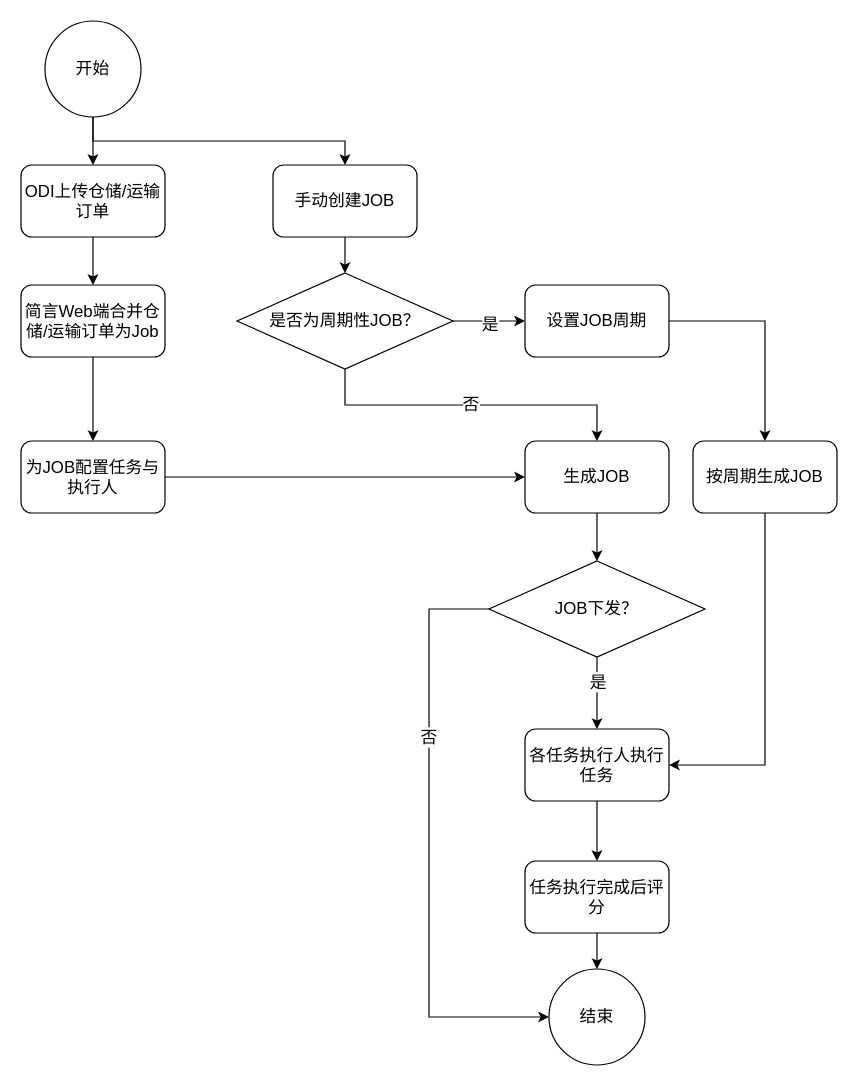
The draw.io diagram 简言业务流程图.drawio in FrankKirin/PM_works, before the edit. Source tidied: cells renumbered, new cells numbered last; positions are measured from the earlier drawing's top-left corner, leaving out a move shared by most shapes. Both pictures are drawn from the tidied source at 120%, with x=0, y=0 at pixel (20, 20).
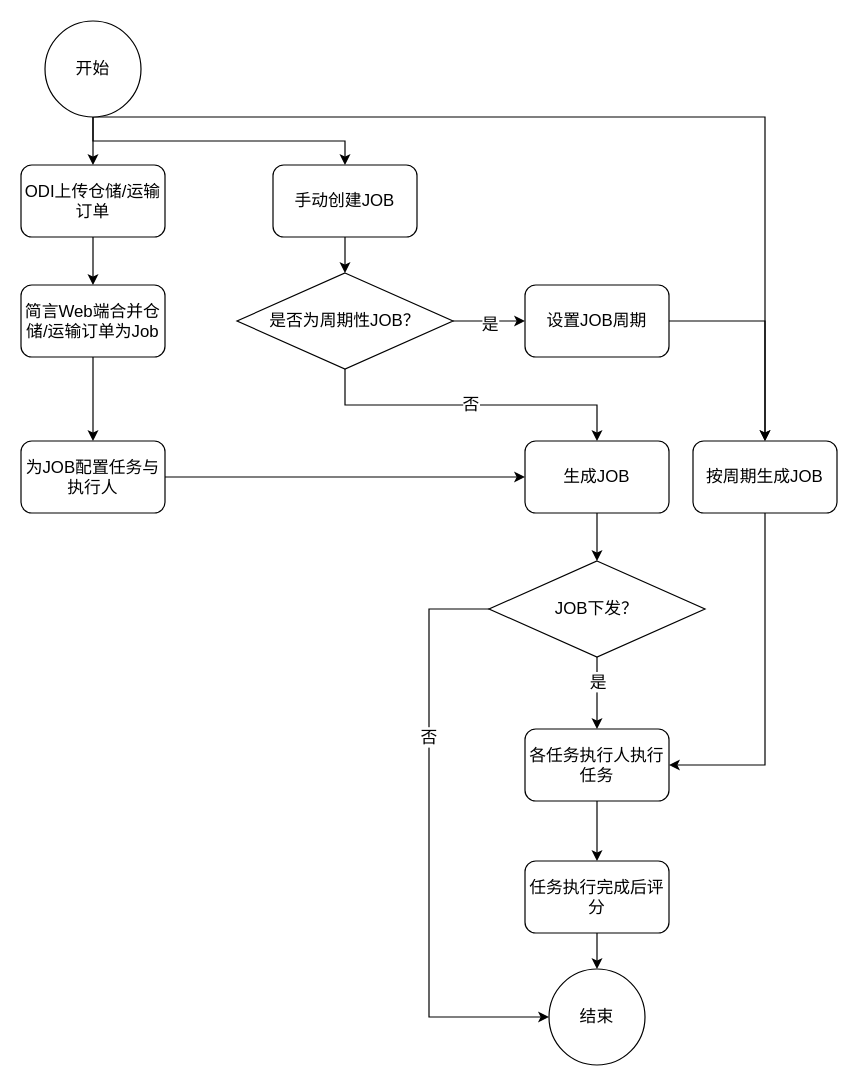
The same diagram, later.

Commit message:
Update 简言业务流程图.drawio

Unchanged cells that the change refers to:
```xml
<mxCell id="4" value="开始" style="ellipse;whiteSpace=wrap;html=1;fontSize=14;" parent="1" vertex="1">
  <mxGeometry x="20" width="80" height="80" as="geometry" />
</mxCell>
<mxCell id="32" value="按周期生成JOB" style="rounded=1;whiteSpace=wrap;html=1;fontSize=14;" parent="1" vertex="1">
  <mxGeometry x="560" y="350" width="120" height="60" as="geometry" />
</mxCell>
```

Change to the diagram source:
```diff
@@
+    <mxCell id="33" style="edgeStyle=orthogonalEdgeStyle;rounded=0;jettySize=auto;html=1;exitX=0.5;exitY=1;exitDx=0;exitDy=0;entryX=0.5;entryY=0;entryDx=0;entryDy=0;fontSize=14;" parent="1" edge="1" source="4" target="32">
+      <mxGeometry relative="1" as="geometry">
+        <Array as="points">
+          <mxPoint x="620" y="80" />
+        </Array>
+      </mxGeometry>
+    </mxCell>
```
